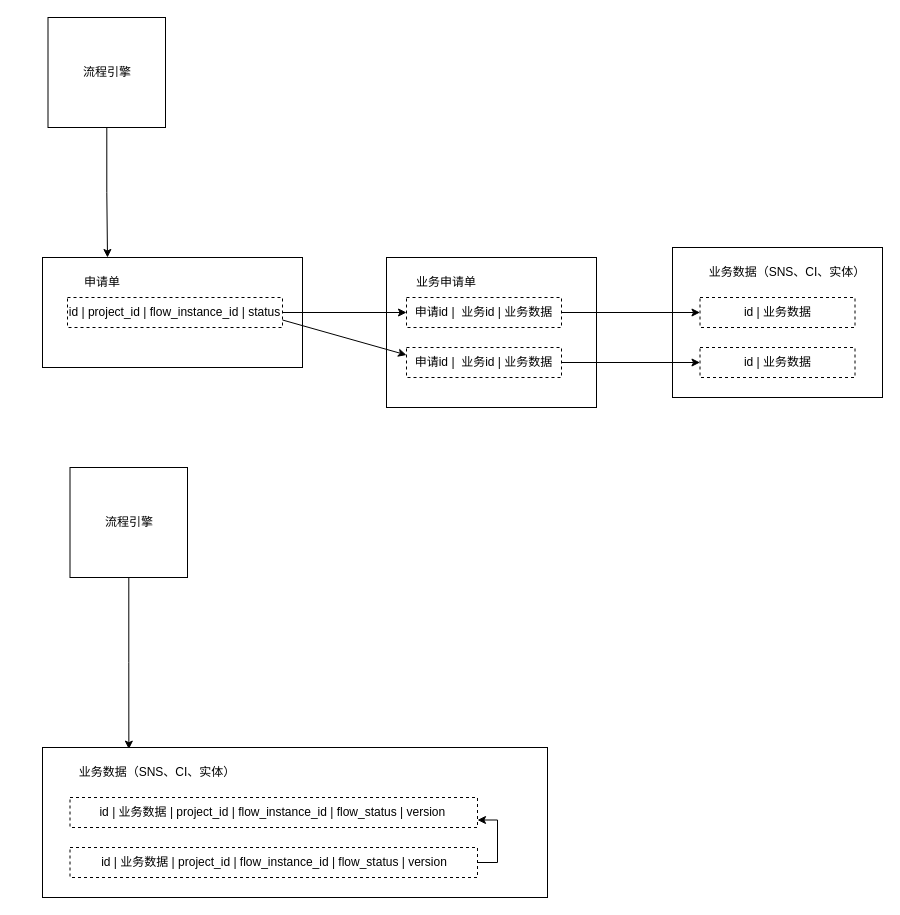
DemonHan/KuickBuy keeps this draw.io diagram as 体系文件协同编辑和管理工具/流程申请单设计.drawio. Above is the earlier version. Source tidied: cells renumbered, new cells numbered last; positions are measured from the earlier drawing's top-left corner, leaving out a move shared by most shapes. Both pictures are drawn from the tidied source at 100%, with x=0, y=0 at pixel (42, 17).
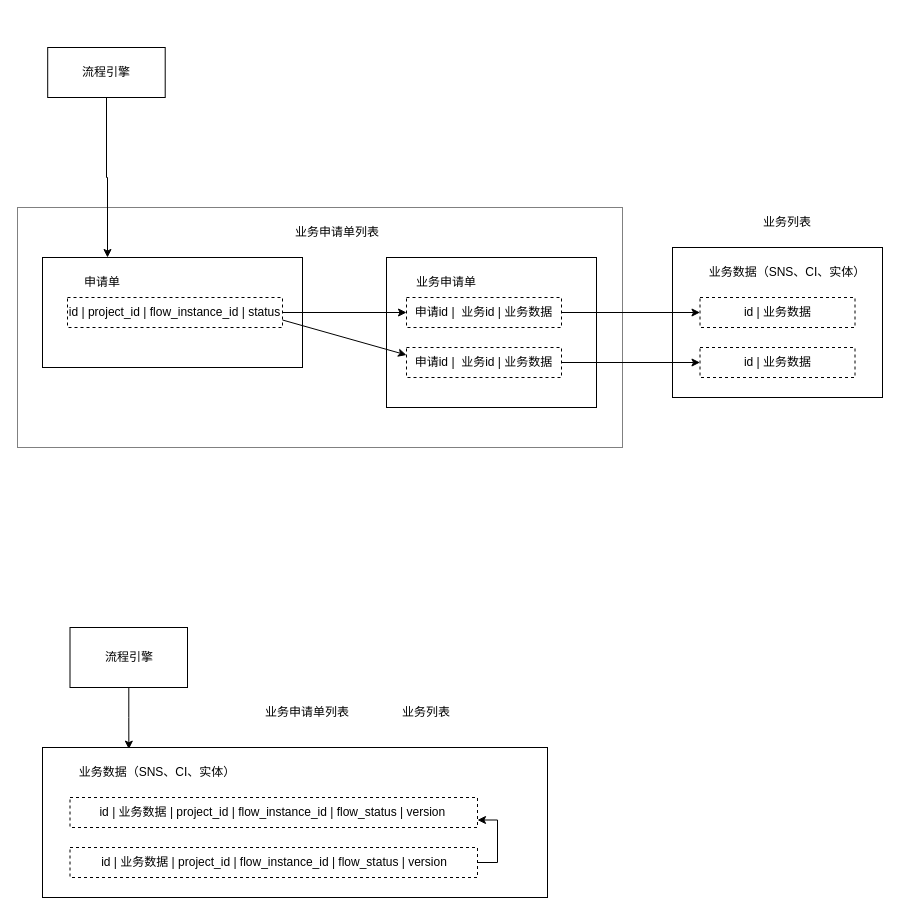
After the change.

Commit message:
更新流程申请单设计.drawio

Unchanged cells that the change refers to:
```xml
<mxCell id="19" value="id |&amp;nbsp;业务数据 |&amp;nbsp;project_id | flow_instance_id | flow_status | version&amp;nbsp;" style="text;html=1;align=center;verticalAlign=middle;whiteSpace=wrap;rounded=0;strokeColor=default;dashed=1;" parent="1" vertex="1">
  <mxGeometry x="27.5" y="780" width="407.5" height="30" as="geometry" />
</mxCell>
<mxCell id="21" value="id |&amp;nbsp;业务数据 |&amp;nbsp;project_id | flow_instance_id | flow_status | version" style="text;html=1;align=center;verticalAlign=middle;whiteSpace=wrap;rounded=0;strokeColor=default;dashed=1;" parent="1" vertex="1">
  <mxGeometry x="27.5" y="830" width="407.5" height="30" as="geometry" />
</mxCell>
```

Change to the diagram source:
```diff
@@
+    <mxCell id="26" style="rounded=0;whiteSpace=wrap;html=1;dashed=1;dashPattern=1 1;" parent="1" vertex="1">
+      <mxGeometry x="-25" y="190" width="605" height="240" as="geometry" />
+    </mxCell>
@@
     <mxCell id="20" style="edgeStyle=orthogonalEdgeStyle;rounded=0;jettySize=auto;html=1;entryX=1;entryY=0.75;entryDx=0;entryDy=0;exitX=1;exitY=0.5;exitDx=0;exitDy=0;" parent="1" edge="1" source="21" target="19">
-      <mxGeometry relative="1" as="geometry" />
+      <mxGeometry relative="1" as="geometry">
+        <Array as="points">
+          <mxPoint x="455" y="845" />
+          <mxPoint x="455" y="803" />
+        </Array>
+      </mxGeometry>
     </mxCell>
@@
     <mxCell id="23" value="流程引擎" style="rounded=0;whiteSpace=wrap;html=1;" parent="1" vertex="1">
-      <mxGeometry x="5.5" width="117.5" height="110" as="geometry" />
+      <mxGeometry x="5.2" y="30" width="117.5" height="50" as="geometry" />
     </mxCell>
     <mxCell id="24" value="流程引擎" style="rounded=0;whiteSpace=wrap;html=1;" parent="1" vertex="1">
-      <mxGeometry x="27.5" y="450" width="117.5" height="110" as="geometry" />
+      <mxGeometry x="27.5" y="610" width="117.5" height="60" as="geometry" />
     </mxCell>
@@
+    <mxCell id="27" value="业务申请单列表" style="text;html=1;align=center;verticalAlign=middle;whiteSpace=wrap;rounded=0;" parent="1" vertex="1">
+      <mxGeometry x="240" y="200" width="110" height="30" as="geometry" />
+    </mxCell>
+    <mxCell id="28" value="业务列表" style="text;html=1;align=center;verticalAlign=middle;whiteSpace=wrap;rounded=0;" parent="1" vertex="1">
+      <mxGeometry x="690" y="190" width="110" height="30" as="geometry" />
+    </mxCell>
+    <mxCell id="29" value="业务申请单列表" style="text;html=1;align=center;verticalAlign=middle;whiteSpace=wrap;rounded=0;" parent="1" vertex="1">
+      <mxGeometry x="210" y="680" width="110" height="30" as="geometry" />
+    </mxCell>
+    <mxCell id="30" value="业务列表" style="text;html=1;align=center;verticalAlign=middle;whiteSpace=wrap;rounded=0;" parent="1" vertex="1">
+      <mxGeometry x="329" y="680" width="110" height="30" as="geometry" />
+    </mxCell>
```
